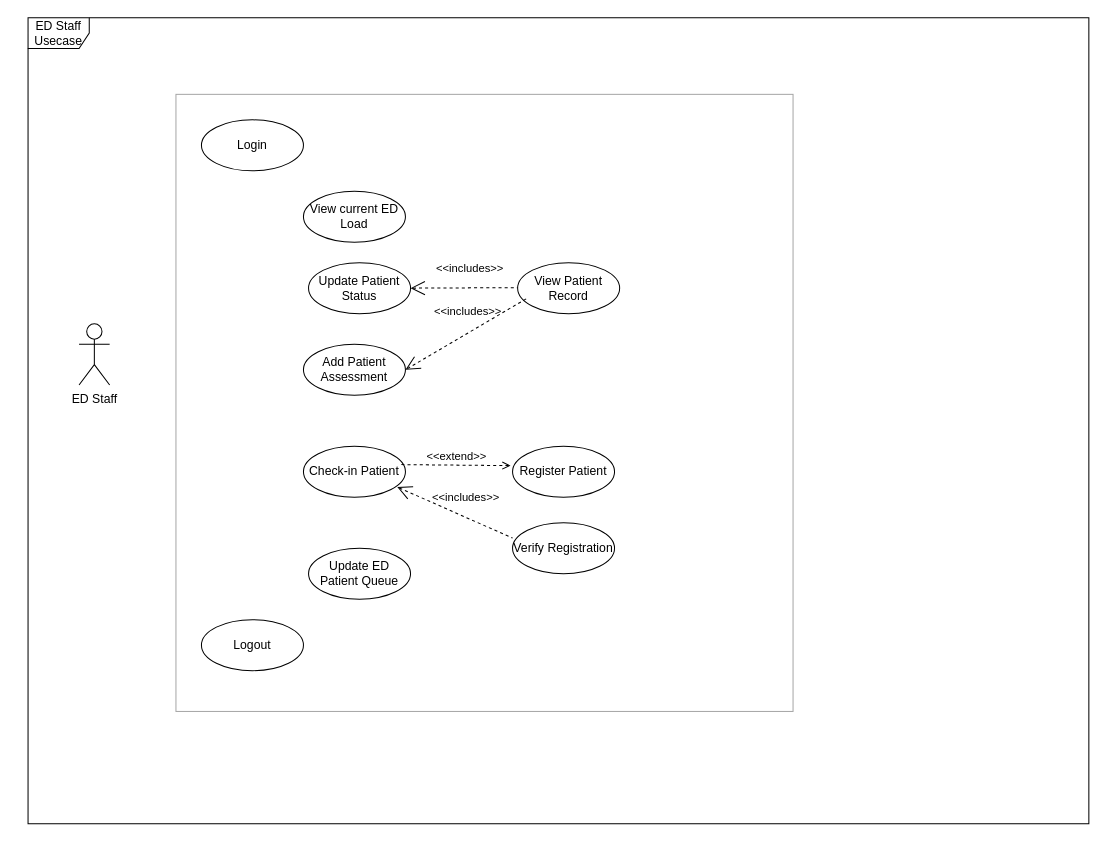
Before: Project Milestone 1/Usecase_Diagram_ED_Staff.drawio in SENG-350-2024-fall/Team-6, a draw.io diagram. Source tidied: cells renumbered, new cells numbered last; positions are measured from the earlier drawing's top-left corner, leaving out a move shared by most shapes. Both pictures are drawn from the tidied source at 102%, with x=0, y=0 at pixel (28, 17).
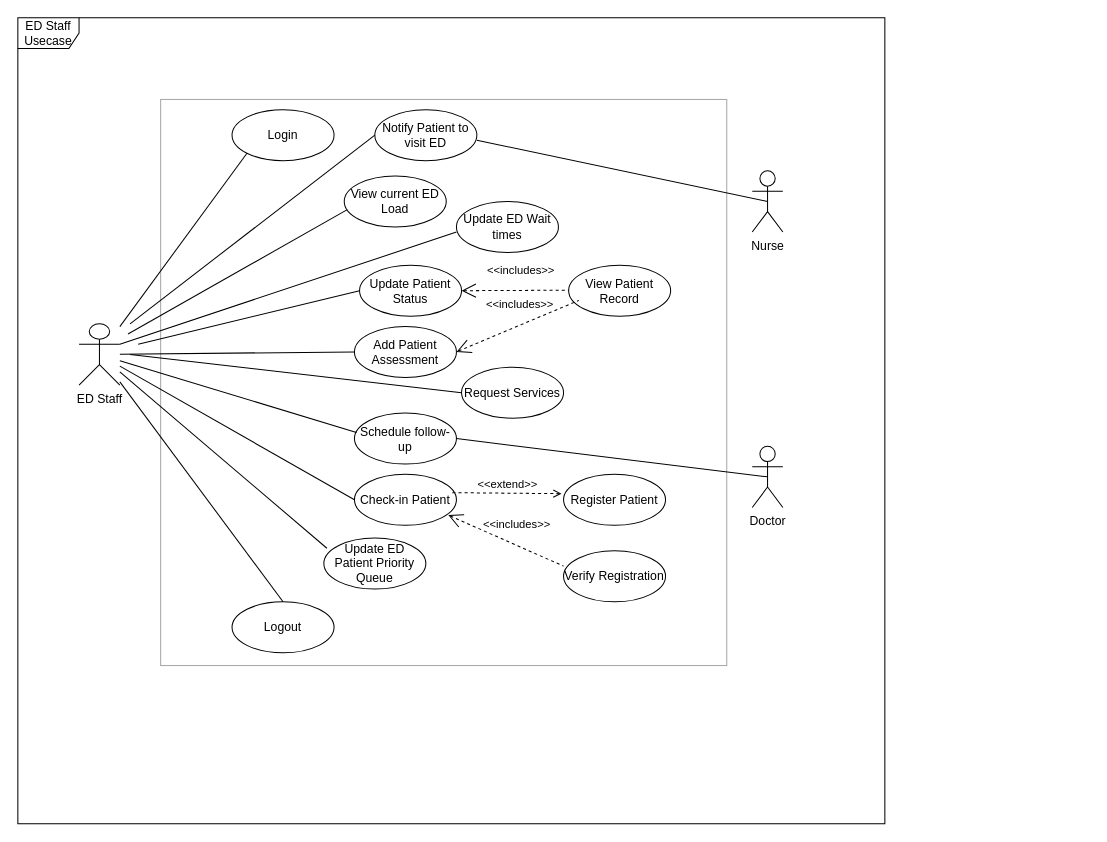
After the change.

What changed in the source:
```diff
@@
     <mxCell id="2" value="ED Staff" style="shape=umlActor;verticalLabelPosition=bottom;verticalAlign=top;html=1;outlineConnect=0;" parent="1" vertex="1">
-      <mxGeometry x="50" y="300" width="30" height="60" as="geometry" />
+      <mxGeometry x="50" y="300" width="40" height="60" as="geometry" />
     </mxCell>
     <mxCell id="3" value="ED Staff Usecase" style="shape=umlFrame;whiteSpace=wrap;html=1;" parent="1" vertex="1">
-      <mxGeometry width="1040" height="790" as="geometry" />
+      <mxGeometry x="-10" width="850" height="790" as="geometry" />
     </mxCell>
     <mxCell id="4" style="whiteSpace=wrap;html=1;fillColor=none;strokeColor=#A6A6A6;" parent="1" vertex="1">
-      <mxGeometry x="145" y="75" width="605" height="605" as="geometry" />
+      <mxGeometry x="130" y="80" width="555" height="555" as="geometry" />
     </mxCell>
     <mxCell id="5" value="Login" style="ellipse;whiteSpace=wrap;html=1;" parent="1" vertex="1">
-      <mxGeometry x="170" y="100" width="100" height="50" as="geometry" />
+      <mxGeometry x="200" y="90" width="100" height="50" as="geometry" />
     </mxCell>
     <mxCell id="6" value="Logout" style="ellipse;whiteSpace=wrap;html=1;" parent="1" vertex="1">
-      <mxGeometry x="170" y="590" width="100" height="50" as="geometry" />
+      <mxGeometry x="200" y="572.5" width="100" height="50" as="geometry" />
     </mxCell>
     <mxCell id="7" value="View current ED Load" style="ellipse;whiteSpace=wrap;html=1;" parent="1" vertex="1">
-      <mxGeometry x="270" y="170" width="100" height="50" as="geometry" />
+      <mxGeometry x="310" y="155" width="100" height="50" as="geometry" />
     </mxCell>
     <mxCell id="8" value="Update Patient Status" style="ellipse;whiteSpace=wrap;html=1;" parent="1" vertex="1">
-      <mxGeometry x="275" y="240" width="100" height="50" as="geometry" />
+      <mxGeometry x="325" y="242.5" width="100" height="50" as="geometry" />
     </mxCell>
     <mxCell id="9" value="View Patient Record" style="ellipse;whiteSpace=wrap;html=1;" parent="1" vertex="1">
-      <mxGeometry x="480" y="240" width="100" height="50" as="geometry" />
+      <mxGeometry x="530" y="242.5" width="100" height="50" as="geometry" />
     </mxCell>
     <mxCell id="10" value="&amp;lt;&amp;lt;includes&amp;gt;&amp;gt;" style="edgeStyle=none;html=1;startArrow=open;endArrow=none;startSize=12;verticalAlign=bottom;dashed=1;labelBackgroundColor=none;rounded=0;" parent="1" edge="1" source="8">
       <mxGeometry x="0.11" y="10" relative="1" as="geometry">
-        <mxPoint x="480" y="264.5" as="targetPoint" />
+        <mxPoint x="530" y="267" as="targetPoint" />
       </mxGeometry>
     </mxCell>
     <mxCell id="11" value="Check-in Patient" style="ellipse;whiteSpace=wrap;html=1;" parent="1" vertex="1">
-      <mxGeometry x="270" y="420" width="100" height="50" as="geometry" />
+      <mxGeometry x="320" y="447.5" width="100" height="50" as="geometry" />
     </mxCell>
     <mxCell id="12" value="Register Patient" style="ellipse;whiteSpace=wrap;html=1;" parent="1" vertex="1">
-      <mxGeometry x="475" y="420" width="100" height="50" as="geometry" />
+      <mxGeometry x="525" y="447.5" width="100" height="50" as="geometry" />
     </mxCell>
     <mxCell id="13" value="Verify Registration" style="ellipse;whiteSpace=wrap;html=1;" parent="1" vertex="1">
-      <mxGeometry x="475" y="495" width="100" height="50" as="geometry" />
+      <mxGeometry x="525" y="522.5" width="100" height="50" as="geometry" />
     </mxCell>
     <mxCell id="14" value="&amp;lt;&amp;lt;includes&amp;gt;&amp;gt;" style="edgeStyle=none;html=1;startArrow=open;endArrow=none;startSize=12;verticalAlign=bottom;dashed=1;labelBackgroundColor=none;rounded=0;exitX=0.92;exitY=0.8;exitDx=0;exitDy=0;exitPerimeter=0;" parent="1" edge="1" source="11">
       <mxGeometry x="0.11" y="10" relative="1" as="geometry">
-        <mxPoint x="475" y="510" as="targetPoint" />
+        <mxPoint x="525" y="537.5" as="targetPoint" />
       </mxGeometry>
     </mxCell>
     <mxCell id="15" value="Add Patient Assessment" style="ellipse;whiteSpace=wrap;html=1;" parent="1" vertex="1">
-      <mxGeometry x="270" y="320" width="100" height="50" as="geometry" />
+      <mxGeometry x="320" y="302.5" width="100" height="50" as="geometry" />
     </mxCell>
-    <mxCell id="16" value="Update ED Patient Queue" style="ellipse;whiteSpace=wrap;html=1;" parent="1" vertex="1">
-      <mxGeometry x="275" y="520" width="100" height="50" as="geometry" />
+    <mxCell id="16" value="Update ED Patient Priority Queue" style="ellipse;whiteSpace=wrap;html=1;" parent="1" vertex="1">
+      <mxGeometry x="290" y="510" width="100" height="50" as="geometry" />
     </mxCell>
@@
     <mxCell id="18" value="&amp;lt;&amp;lt;includes&amp;gt;&amp;gt;" style="edgeStyle=none;html=1;startArrow=open;endArrow=none;startSize=12;verticalAlign=bottom;dashed=1;labelBackgroundColor=none;rounded=0;exitX=1;exitY=0.5;exitDx=0;exitDy=0;" parent="1" edge="1" source="15">
       <mxGeometry x="0.11" y="10" relative="1" as="geometry">
-        <mxPoint x="490" y="274.5" as="targetPoint" />
+        <mxPoint x="540" y="277" as="targetPoint" />
       </mxGeometry>
     </mxCell>
+    <mxCell id="19" value="Schedule follow-up" style="ellipse;whiteSpace=wrap;html=1;" parent="1" vertex="1">
+      <mxGeometry x="320" y="387.5" width="100" height="50" as="geometry" />
+    </mxCell>
+    <mxCell id="20" style="endArrow=none;html=1;rounded=0;entryX=0;entryY=1;entryDx=0;entryDy=0;" parent="1" edge="1" source="2" target="5">
+      <mxGeometry relative="1" as="geometry" />
+    </mxCell>
+    <mxCell id="21" style="endArrow=none;html=1;rounded=0;entryX=0.03;entryY=0.66;entryDx=0;entryDy=0;entryPerimeter=0;" parent="1" edge="1" target="7">
+      <mxGeometry relative="1" as="geometry">
+        <mxPoint x="98" y="310" as="sourcePoint" />
+      </mxGeometry>
+    </mxCell>
+    <mxCell id="22" style="endArrow=none;html=1;rounded=0;entryX=0;entryY=0.5;entryDx=0;entryDy=0;" parent="1" edge="1" target="8">
+      <mxGeometry relative="1" as="geometry">
+        <mxPoint x="108" y="320" as="sourcePoint" />
+      </mxGeometry>
+    </mxCell>
+    <mxCell id="23" style="endArrow=none;html=1;rounded=0;entryX=0;entryY=0.5;entryDx=0;entryDy=0;" parent="1" edge="1" source="2" target="15">
+      <mxGeometry relative="1" as="geometry" />
+    </mxCell>
+    <mxCell id="24" style="endArrow=none;html=1;rounded=0;entryX=0.02;entryY=0.38;entryDx=0;entryDy=0;entryPerimeter=0;" parent="1" edge="1" source="2" target="19">
+      <mxGeometry relative="1" as="geometry" />
+    </mxCell>
+    <mxCell id="25" style="endArrow=none;html=1;rounded=0;entryX=0;entryY=0.5;entryDx=0;entryDy=0;" parent="1" edge="1" source="2" target="11">
+      <mxGeometry relative="1" as="geometry" />
+    </mxCell>
+    <mxCell id="26" style="endArrow=none;html=1;rounded=0;entryX=0.03;entryY=0.2;entryDx=0;entryDy=0;entryPerimeter=0;" parent="1" edge="1" source="2" target="16">
+      <mxGeometry relative="1" as="geometry" />
+    </mxCell>
+    <mxCell id="27" style="endArrow=none;html=1;rounded=0;entryX=0.5;entryY=0;entryDx=0;entryDy=0;" parent="1" edge="1" source="2" target="6">
+      <mxGeometry relative="1" as="geometry" />
+    </mxCell>
+    <mxCell id="28" value="Doctor" style="shape=umlActor;verticalLabelPosition=bottom;verticalAlign=top;html=1;outlineConnect=0;" parent="1" vertex="1">
+      <mxGeometry x="710" y="420" width="30" height="60" as="geometry" />
+    </mxCell>
+    <mxCell id="29" value="Nurse" style="shape=umlActor;verticalLabelPosition=bottom;verticalAlign=top;html=1;outlineConnect=0;" parent="1" vertex="1">
+      <mxGeometry x="710" y="150" width="30" height="60" as="geometry" />
+    </mxCell>
+    <mxCell id="30" value="Notify Patient to visit ED" style="ellipse;whiteSpace=wrap;html=1;" parent="1" vertex="1">
+      <mxGeometry x="340" y="90" width="100" height="50" as="geometry" />
+    </mxCell>
+    <mxCell id="31" style="endArrow=none;html=1;rounded=0;entryX=0;entryY=0.5;entryDx=0;entryDy=0;" parent="1" edge="1" target="30">
+      <mxGeometry relative="1" as="geometry">
+        <mxPoint x="100" y="300" as="sourcePoint" />
+      </mxGeometry>
+    </mxCell>
+    <mxCell id="32" style="endArrow=none;html=1;rounded=0;entryX=0.5;entryY=0.5;entryDx=0;entryDy=0;entryPerimeter=0;" parent="1" edge="1" target="29">
+      <mxGeometry relative="1" as="geometry">
+        <mxPoint x="440" y="120" as="sourcePoint" />
+      </mxGeometry>
+    </mxCell>
+    <mxCell id="33" style="endArrow=none;html=1;rounded=0;entryX=0.5;entryY=0.5;entryDx=0;entryDy=0;entryPerimeter=0;exitX=1;exitY=0.5;exitDx=0;exitDy=0;" parent="1" edge="1" source="19" target="28">
+      <mxGeometry relative="1" as="geometry" />
+    </mxCell>
+    <mxCell id="34" style="endArrow=none;html=1;rounded=0;entryX=0;entryY=0.5;entryDx=0;entryDy=0;" parent="1" edge="1" target="35">
+      <mxGeometry relative="1" as="geometry">
+        <mxPoint x="100" y="330" as="sourcePoint" />
+      </mxGeometry>
+    </mxCell>
+    <mxCell id="35" value="Request Services" style="ellipse;whiteSpace=wrap;html=1;" parent="1" vertex="1">
+      <mxGeometry x="425" y="342.5" width="100" height="50" as="geometry" />
+    </mxCell>
+    <mxCell id="36" value="Update ED Wait times" style="ellipse;whiteSpace=wrap;html=1;" parent="1" vertex="1">
+      <mxGeometry x="420" y="180" width="100" height="50" as="geometry" />
+    </mxCell>
+    <mxCell id="37" style="endArrow=none;html=1;rounded=0;exitX=1;exitY=0.3333333333333333;exitDx=0;exitDy=0;exitPerimeter=0;" parent="1" edge="1" source="2">
+      <mxGeometry relative="1" as="geometry">
+        <mxPoint x="420" y="210" as="targetPoint" />
+      </mxGeometry>
+    </mxCell>
```
